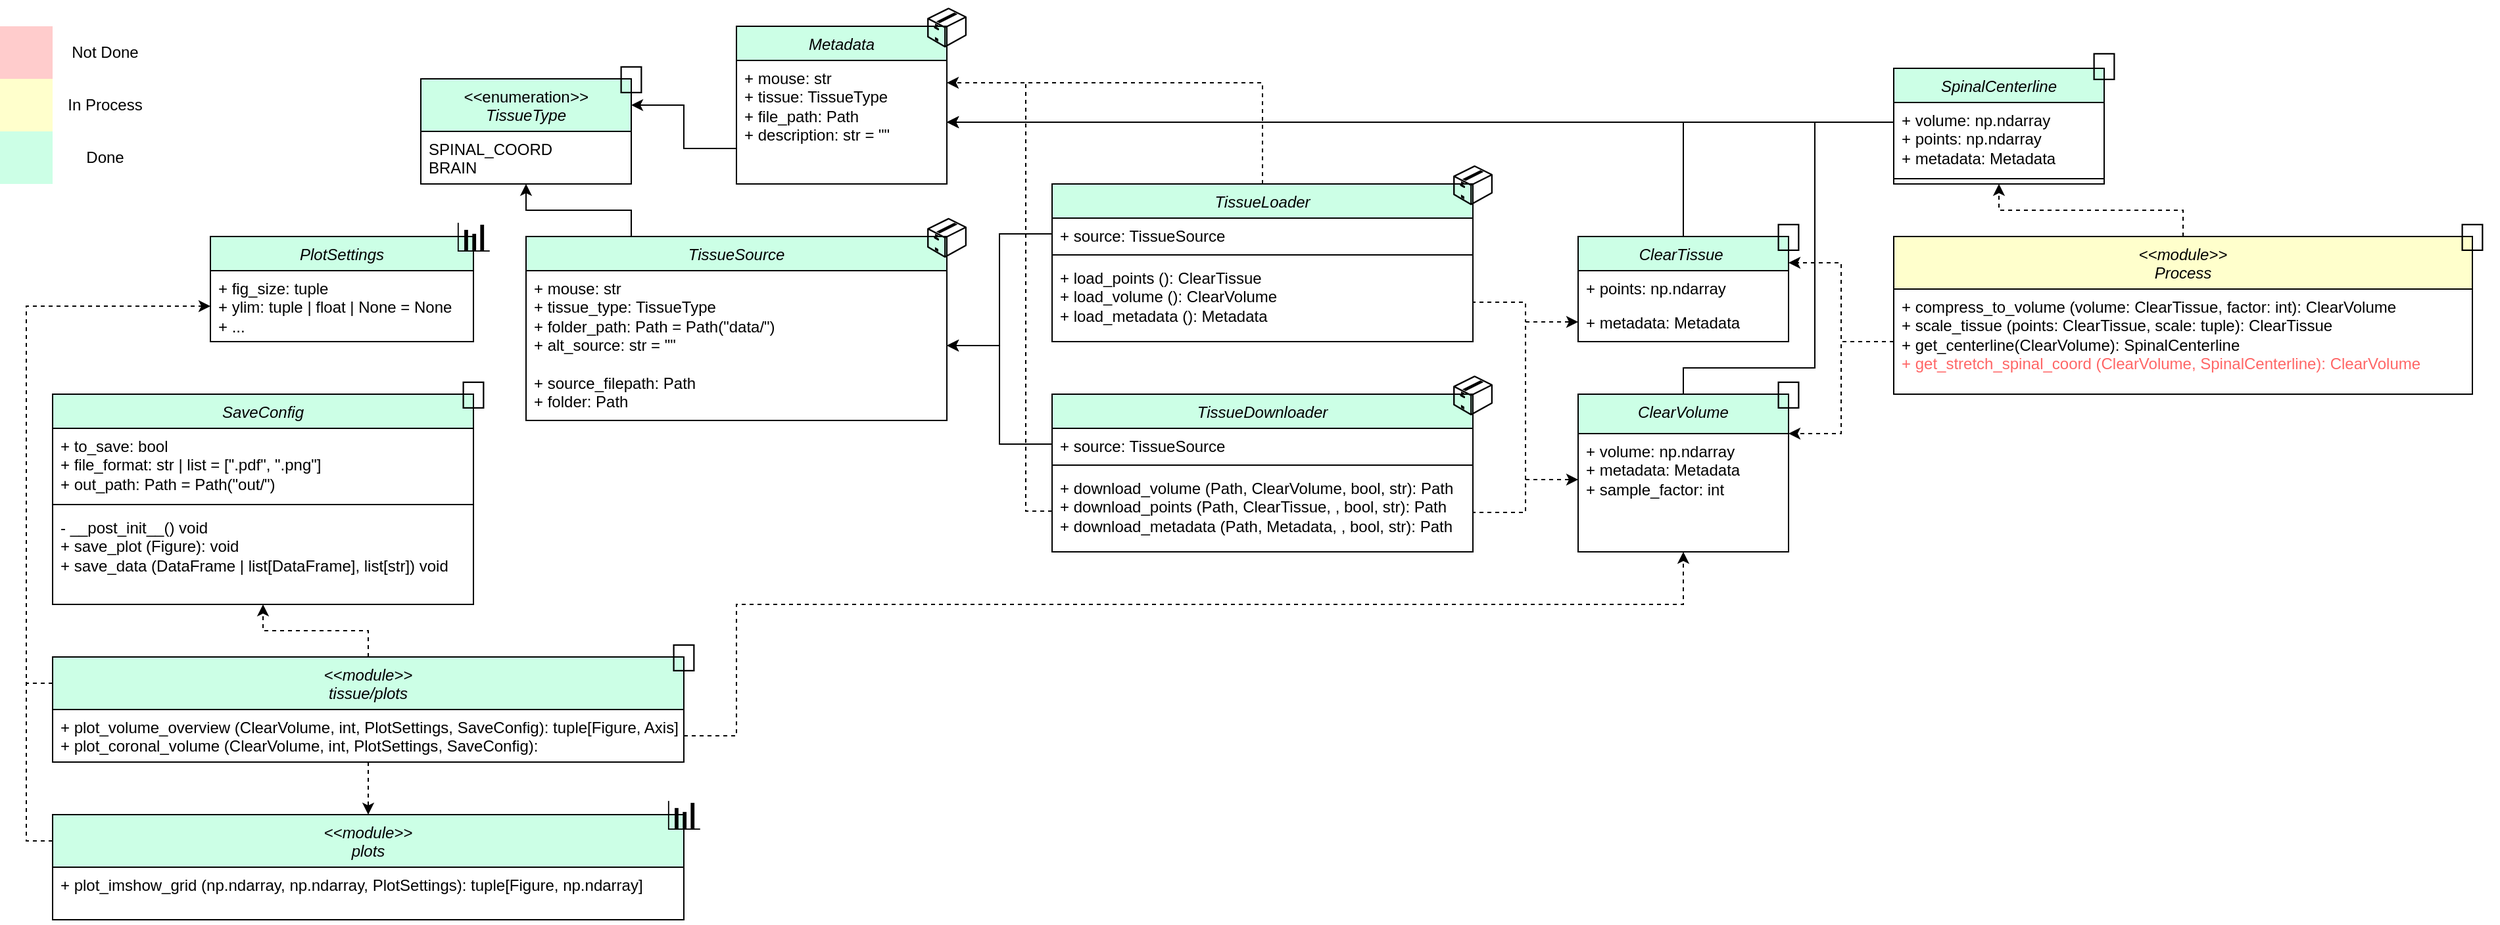
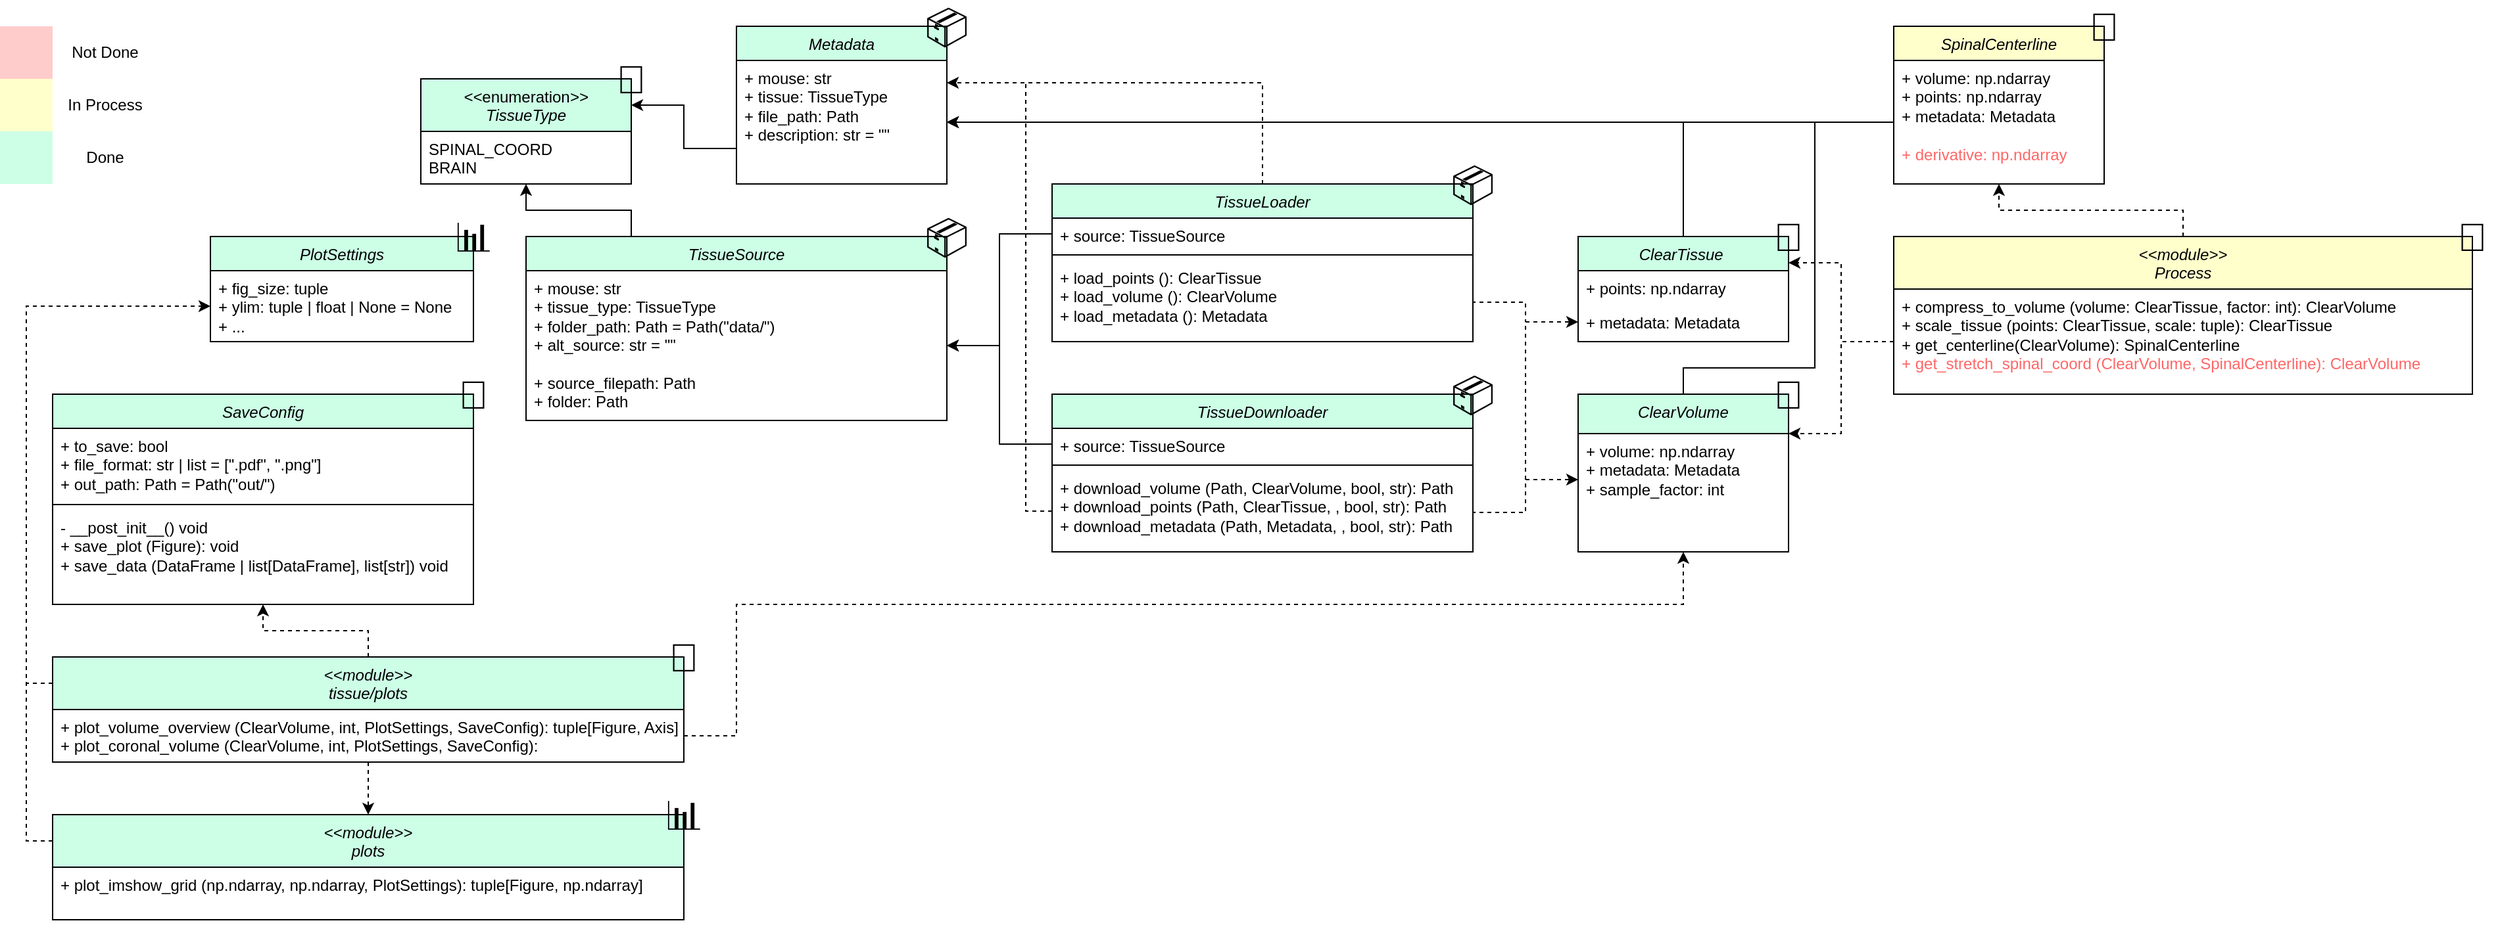
<mxfile host="Electron" agent="Mozilla/5.0 (Macintosh; Intel Mac OS X 10_15_7) AppleWebKit/537.36 (KHTML, like Gecko) draw.io/29.6.1 Chrome/142.0.7444.265 Electron/39.8.0 Safari/537.36" version="29.6.1">
  <diagram id="C5RBs43oDa-KdzZeNtuy" name="Page-1">
    <mxGraphModel dx="2893" dy="1272" grid="1" gridSize="10" guides="1" tooltips="1" connect="1" arrows="1" fold="1" page="1" pageScale="1" pageWidth="827" pageHeight="1169" background="#FFFFFF" math="0" shadow="0">
      <root>
        <mxCell id="WIyWlLk6GJQsqaUBKTNV-0" />
        <mxCell id="WIyWlLk6GJQsqaUBKTNV-1" parent="WIyWlLk6GJQsqaUBKTNV-0" />
        <mxCell id="VM2PziwSYxVi0D9SSNG6-13" parent="WIyWlLk6GJQsqaUBKTNV-1" style="swimlane;fontStyle=1;align=center;verticalAlign=top;childLayout=stackLayout;horizontal=1;startSize=30;horizontalStack=0;resizeParent=1;resizeParentMax=0;resizeLast=0;collapsible=1;marginBottom=0;whiteSpace=wrap;html=1;fillColor=light-dark(#CCFFE6,#1F2F1E);" value="&lt;div&gt;&lt;span style=&quot;font-weight: 400;&quot;&gt;&lt;i&gt;ClearVolume&lt;/i&gt;&lt;/span&gt;&lt;/div&gt;" vertex="1">
          <mxGeometry height="120" width="160" x="400" y="320" as="geometry" />
        </mxCell>
        <mxCell id="VM2PziwSYxVi0D9SSNG6-14" parent="VM2PziwSYxVi0D9SSNG6-13" style="text;strokeColor=none;fillColor=none;align=left;verticalAlign=top;spacingLeft=4;spacingRight=4;overflow=hidden;rotatable=0;points=[[0,0.5],[1,0.5]];portConstraint=eastwest;whiteSpace=wrap;html=1;" value="+ volume: np.ndarray&lt;div&gt;+ metadata: Metadata&lt;/div&gt;&lt;div&gt;&lt;font style=&quot;color: rgb(0, 0, 0);&quot;&gt;+ sample_factor: int&lt;/font&gt;&lt;/div&gt;" vertex="1">
          <mxGeometry height="90" width="160" y="30" as="geometry" />
        </mxCell>
        <mxCell id="9kSy1MCf90ZuvKtcXz_z-16" parent="WIyWlLk6GJQsqaUBKTNV-1" style="swimlane;fontStyle=1;align=center;verticalAlign=top;childLayout=stackLayout;horizontal=1;startSize=26;horizontalStack=0;resizeParent=1;resizeParentMax=0;resizeLast=0;collapsible=1;marginBottom=0;whiteSpace=wrap;html=1;fillColor=#CCFFE6;" value="&lt;i style=&quot;font-weight: normal;&quot;&gt;TissueDownloader&lt;/i&gt;" vertex="1">
          <mxGeometry height="120" width="320" y="320" as="geometry" />
        </mxCell>
        <mxCell id="9kSy1MCf90ZuvKtcXz_z-17" parent="9kSy1MCf90ZuvKtcXz_z-16" style="text;strokeColor=none;fillColor=none;align=left;verticalAlign=top;spacingLeft=4;spacingRight=4;overflow=hidden;rotatable=0;points=[[0,0.5],[1,0.5]];portConstraint=eastwest;whiteSpace=wrap;html=1;" value="+ source: TissueSource" vertex="1">
          <mxGeometry height="24" width="320" y="26" as="geometry" />
        </mxCell>
        <mxCell id="9kSy1MCf90ZuvKtcXz_z-18" parent="9kSy1MCf90ZuvKtcXz_z-16" style="line;strokeWidth=1;fillColor=none;align=left;verticalAlign=middle;spacingTop=-1;spacingLeft=3;spacingRight=3;rotatable=0;labelPosition=right;points=[];portConstraint=eastwest;strokeColor=inherit;" value="" vertex="1">
          <mxGeometry height="8" width="320" y="50" as="geometry" />
        </mxCell>
        <mxCell id="9kSy1MCf90ZuvKtcXz_z-59" edge="1" parent="9kSy1MCf90ZuvKtcXz_z-16" source="9kSy1MCf90ZuvKtcXz_z-19" style="edgeStyle=orthogonalEdgeStyle;rounded=0;orthogonalLoop=1;jettySize=auto;html=1;exitX=0;exitY=0.5;exitDx=0;exitDy=0;endArrow=none;endFill=0;dashed=1;">
          <mxGeometry relative="1" as="geometry">
            <mxPoint x="-20" y="-237" as="targetPoint" />
          </mxGeometry>
        </mxCell>
        <mxCell id="9kSy1MCf90ZuvKtcXz_z-19" parent="9kSy1MCf90ZuvKtcXz_z-16" style="text;strokeColor=none;fillColor=none;align=left;verticalAlign=top;spacingLeft=4;spacingRight=4;overflow=hidden;rotatable=0;points=[[0,0.5],[1,0.5]];portConstraint=eastwest;whiteSpace=wrap;html=1;" value="&lt;div&gt;&lt;span style=&quot;background-color: transparent; color: light-dark(rgb(0, 0, 0), rgb(255, 255, 255));&quot;&gt;+ download_volume (Path, ClearVolume, bool, str): Path&lt;/span&gt;&lt;/div&gt;&lt;div&gt;+ download_points (Path, ClearTissue,&amp;nbsp;&lt;span style=&quot;background-color: transparent; color: light-dark(rgb(0, 0, 0), rgb(255, 255, 255));&quot;&gt;, bool, str&lt;/span&gt;&lt;span style=&quot;background-color: transparent; color: light-dark(rgb(0, 0, 0), rgb(255, 255, 255));&quot;&gt;): Path&lt;/span&gt;&lt;/div&gt;&lt;div&gt;+ download_metadata (Path, Metadata,&amp;nbsp;&lt;span style=&quot;color: light-dark(rgb(0, 0, 0), rgb(255, 255, 255)); background-color: transparent;&quot;&gt;, bool, str&lt;/span&gt;&lt;span style=&quot;color: light-dark(rgb(0, 0, 0), rgb(255, 255, 255)); background-color: transparent;&quot;&gt;): Path&lt;/span&gt;&lt;span style=&quot;background-color: transparent; color: light-dark(rgb(0, 0, 0), rgb(255, 255, 255));&quot;&gt;&lt;/span&gt;&lt;/div&gt;" vertex="1">
          <mxGeometry height="62" width="320" y="58" as="geometry" />
        </mxCell>
        <mxCell id="9kSy1MCf90ZuvKtcXz_z-25" edge="1" parent="WIyWlLk6GJQsqaUBKTNV-1" source="9kSy1MCf90ZuvKtcXz_z-7" style="edgeStyle=orthogonalEdgeStyle;rounded=0;orthogonalLoop=1;jettySize=auto;html=1;exitX=0;exitY=0.25;exitDx=0;exitDy=0;entryX=0;entryY=0.5;entryDx=0;entryDy=0;dashed=1;" target="KJ-KwieZcmjA-HbrrtZJ-34">
          <mxGeometry relative="1" as="geometry" />
        </mxCell>
        <mxCell id="9kSy1MCf90ZuvKtcXz_z-7" parent="WIyWlLk6GJQsqaUBKTNV-1" style="swimlane;fontStyle=1;align=center;verticalAlign=top;childLayout=stackLayout;horizontal=1;startSize=40;horizontalStack=0;resizeParent=1;resizeParentMax=0;resizeLast=0;collapsible=1;marginBottom=0;whiteSpace=wrap;html=1;fillColor=#CCFFE6;" value="&lt;div&gt;&lt;i style=&quot;font-weight: normal;&quot;&gt;&amp;lt;&amp;lt;module&amp;gt;&amp;gt;&lt;/i&gt;&lt;i style=&quot;font-weight: normal;&quot;&gt;&lt;/i&gt;&lt;/div&gt;&lt;i style=&quot;font-weight: normal;&quot;&gt;plots&lt;/i&gt;" vertex="1">
          <mxGeometry height="80" width="480" x="-760" y="640" as="geometry" />
        </mxCell>
        <mxCell id="9kSy1MCf90ZuvKtcXz_z-8" parent="9kSy1MCf90ZuvKtcXz_z-7" style="text;strokeColor=none;fillColor=none;align=left;verticalAlign=top;spacingLeft=4;spacingRight=4;overflow=hidden;rotatable=0;points=[[0,0.5],[1,0.5]];portConstraint=eastwest;whiteSpace=wrap;html=1;" value="+ plot_imshow_grid (np.ndarray, np.ndarray, PlotSettings): tuple[Figure, np.ndarray]" vertex="1">
          <mxGeometry height="40" width="480" y="40" as="geometry" />
        </mxCell>
        <mxCell id="9kSy1MCf90ZuvKtcXz_z-2" parent="WIyWlLk6GJQsqaUBKTNV-1" style="swimlane;fontStyle=1;align=center;verticalAlign=top;childLayout=stackLayout;horizontal=1;startSize=26;horizontalStack=0;resizeParent=1;resizeParentMax=0;resizeLast=0;collapsible=1;marginBottom=0;whiteSpace=wrap;html=1;fillColor=#CCFFE6;" value="&lt;i style=&quot;font-weight: normal;&quot;&gt;SaveConfig&lt;/i&gt;" vertex="1">
          <mxGeometry height="160" width="320" x="-760" y="320" as="geometry" />
        </mxCell>
        <mxCell id="9kSy1MCf90ZuvKtcXz_z-3" parent="9kSy1MCf90ZuvKtcXz_z-2" style="text;strokeColor=none;fillColor=none;align=left;verticalAlign=top;spacingLeft=4;spacingRight=4;overflow=hidden;rotatable=0;points=[[0,0.5],[1,0.5]];portConstraint=eastwest;whiteSpace=wrap;html=1;" value="+ to_save&lt;span style=&quot;color: light-dark(rgb(0, 0, 0), rgb(255, 255, 255)); background-color: transparent;&quot;&gt;: bool&lt;/span&gt;&lt;div&gt;+ file_format: str | list = [&quot;.pdf&quot;, &quot;.png&quot;]&lt;/div&gt;&lt;div&gt;+ out_path: Path = Path(&quot;out/&quot;)&lt;/div&gt;" vertex="1">
          <mxGeometry height="54" width="320" y="26" as="geometry" />
        </mxCell>
        <mxCell id="9kSy1MCf90ZuvKtcXz_z-4" parent="9kSy1MCf90ZuvKtcXz_z-2" style="line;strokeWidth=1;fillColor=none;align=left;verticalAlign=middle;spacingTop=-1;spacingLeft=3;spacingRight=3;rotatable=0;labelPosition=right;points=[];portConstraint=eastwest;strokeColor=inherit;" value="" vertex="1">
          <mxGeometry height="8" width="320" y="80" as="geometry" />
        </mxCell>
        <mxCell id="9kSy1MCf90ZuvKtcXz_z-5" parent="9kSy1MCf90ZuvKtcXz_z-2" style="text;strokeColor=none;fillColor=none;align=left;verticalAlign=top;spacingLeft=4;spacingRight=4;overflow=hidden;rotatable=0;points=[[0,0.5],[1,0.5]];portConstraint=eastwest;whiteSpace=wrap;html=1;" value="&lt;div&gt;- __post_init__() void&lt;/div&gt;+ save_plot (Figure): void&lt;div&gt;+ save_data (DataFrame | list[DataFrame], list[str]) void&lt;/div&gt;" vertex="1">
          <mxGeometry height="72" width="320" y="88" as="geometry" />
        </mxCell>
        <mxCell id="9kSy1MCf90ZuvKtcXz_z-50" edge="1" parent="WIyWlLk6GJQsqaUBKTNV-1" source="zkfFHV4jXpPFQw0GAbJ--0" style="edgeStyle=orthogonalEdgeStyle;rounded=0;orthogonalLoop=1;jettySize=auto;html=1;exitX=0.5;exitY=0;exitDx=0;exitDy=0;entryX=1;entryY=0.5;entryDx=0;entryDy=0;" target="KJ-KwieZcmjA-HbrrtZJ-59">
          <mxGeometry relative="1" as="geometry" />
        </mxCell>
        <mxCell id="zkfFHV4jXpPFQw0GAbJ--0" parent="WIyWlLk6GJQsqaUBKTNV-1" style="swimlane;fontStyle=2;align=center;verticalAlign=top;childLayout=stackLayout;horizontal=1;startSize=26;horizontalStack=0;resizeParent=1;resizeLast=0;collapsible=1;marginBottom=0;rounded=0;shadow=0;strokeWidth=1;fillColor=#CCFFE6;" value="ClearTissue " vertex="1">
          <mxGeometry height="80" width="160" x="400" y="200" as="geometry">
            <mxRectangle height="26" width="160" x="360" y="40" as="alternateBounds" />
          </mxGeometry>
        </mxCell>
        <mxCell id="zkfFHV4jXpPFQw0GAbJ--1" parent="zkfFHV4jXpPFQw0GAbJ--0" style="text;align=left;verticalAlign=top;spacingLeft=4;spacingRight=4;overflow=hidden;rotatable=0;points=[[0,0.5],[1,0.5]];portConstraint=eastwest;" value="+ points: np.ndarray" vertex="1">
          <mxGeometry height="26" width="160" y="26" as="geometry" />
        </mxCell>
        <mxCell id="zkfFHV4jXpPFQw0GAbJ--2" parent="zkfFHV4jXpPFQw0GAbJ--0" style="text;align=left;verticalAlign=top;spacingLeft=4;spacingRight=4;overflow=hidden;rotatable=0;points=[[0,0.5],[1,0.5]];portConstraint=eastwest;rounded=0;shadow=0;html=0;" value="+ metadata: Metadata" vertex="1">
          <mxGeometry height="26" width="160" y="52" as="geometry" />
        </mxCell>
        <mxCell id="9kSy1MCf90ZuvKtcXz_z-58" edge="1" parent="WIyWlLk6GJQsqaUBKTNV-1" source="KJ-KwieZcmjA-HbrrtZJ-0" style="edgeStyle=orthogonalEdgeStyle;rounded=0;orthogonalLoop=1;jettySize=auto;html=1;exitX=0.5;exitY=0;exitDx=0;exitDy=0;entryX=1;entryY=0.5;entryDx=0;entryDy=0;dashed=1;">
          <mxGeometry relative="1" as="geometry">
            <Array as="points">
              <mxPoint x="160" y="83" />
            </Array>
            <mxPoint x="160" y="130" as="sourcePoint" />
            <mxPoint x="-80" y="83" as="targetPoint" />
          </mxGeometry>
        </mxCell>
        <mxCell id="KJ-KwieZcmjA-HbrrtZJ-0" parent="WIyWlLk6GJQsqaUBKTNV-1" style="swimlane;fontStyle=1;align=center;verticalAlign=top;childLayout=stackLayout;horizontal=1;startSize=26;horizontalStack=0;resizeParent=1;resizeParentMax=0;resizeLast=0;collapsible=1;marginBottom=0;whiteSpace=wrap;html=1;fillColor=#CCFFE6;" value="&lt;i style=&quot;font-weight: normal;&quot;&gt;TissueLoader&lt;/i&gt;" vertex="1">
          <mxGeometry height="120" width="320" y="160" as="geometry" />
        </mxCell>
        <mxCell id="KJ-KwieZcmjA-HbrrtZJ-1" parent="KJ-KwieZcmjA-HbrrtZJ-0" style="text;strokeColor=none;fillColor=none;align=left;verticalAlign=top;spacingLeft=4;spacingRight=4;overflow=hidden;rotatable=0;points=[[0,0.5],[1,0.5]];portConstraint=eastwest;whiteSpace=wrap;html=1;" value="&lt;div&gt;+ source: TissueSource&lt;/div&gt;" vertex="1">
          <mxGeometry height="24" width="320" y="26" as="geometry" />
        </mxCell>
        <mxCell id="KJ-KwieZcmjA-HbrrtZJ-2" parent="KJ-KwieZcmjA-HbrrtZJ-0" style="line;strokeWidth=1;fillColor=none;align=left;verticalAlign=middle;spacingTop=-1;spacingLeft=3;spacingRight=3;rotatable=0;labelPosition=right;points=[];portConstraint=eastwest;strokeColor=inherit;" value="" vertex="1">
          <mxGeometry height="8" width="320" y="50" as="geometry" />
        </mxCell>
        <mxCell id="KJ-KwieZcmjA-HbrrtZJ-3" parent="KJ-KwieZcmjA-HbrrtZJ-0" style="text;strokeColor=none;fillColor=none;align=left;verticalAlign=top;spacingLeft=4;spacingRight=4;overflow=hidden;rotatable=0;points=[[0,0.5],[1,0.5]];portConstraint=eastwest;whiteSpace=wrap;html=1;" value="&lt;div&gt;&lt;span style=&quot;background-color: transparent; color: light-dark(rgb(0, 0, 0), rgb(255, 255, 255));&quot;&gt;+ load_points (): ClearTissue&lt;/span&gt;&lt;/div&gt;&lt;div&gt;&lt;span style=&quot;background-color: transparent;&quot;&gt;&lt;font style=&quot;color: light-dark(rgb(0, 0, 0), rgb(255, 255, 255));&quot;&gt;+ load_volume (): ClearVolume&lt;/font&gt;&lt;/span&gt;&lt;/div&gt;&lt;div&gt;&lt;span style=&quot;background-color: transparent;&quot;&gt;&lt;font style=&quot;color: light-dark(rgb(0, 0, 0), rgb(255, 255, 255));&quot;&gt;+ load_metadata (): Metadata&lt;/font&gt;&lt;/span&gt;&lt;/div&gt;" vertex="1">
          <mxGeometry height="62" width="320" y="58" as="geometry" />
        </mxCell>
        <mxCell id="9kSy1MCf90ZuvKtcXz_z-61" edge="1" parent="WIyWlLk6GJQsqaUBKTNV-1" style="edgeStyle=orthogonalEdgeStyle;rounded=0;orthogonalLoop=1;jettySize=auto;html=1;exitX=0.5;exitY=0;exitDx=0;exitDy=0;entryX=1;entryY=0.5;entryDx=0;entryDy=0;" target="KJ-KwieZcmjA-HbrrtZJ-59">
          <mxGeometry relative="1" as="geometry">
            <Array as="points">
              <mxPoint x="480" y="300" />
              <mxPoint x="580" y="300" />
              <mxPoint x="580" y="113" />
            </Array>
            <mxPoint x="480" y="320" as="sourcePoint" />
          </mxGeometry>
        </mxCell>
        <mxCell id="VM2PziwSYxVi0D9SSNG6-10" edge="1" parent="WIyWlLk6GJQsqaUBKTNV-1" source="KJ-KwieZcmjA-HbrrtZJ-23" style="edgeStyle=orthogonalEdgeStyle;rounded=0;orthogonalLoop=1;jettySize=auto;html=1;exitX=0.5;exitY=0;exitDx=0;exitDy=0;entryX=0.5;entryY=1;entryDx=0;entryDy=0;dashed=1;" target="VM2PziwSYxVi0D9SSNG6-5">
          <mxGeometry relative="1" as="geometry" />
        </mxCell>
        <mxCell id="KJ-KwieZcmjA-HbrrtZJ-23" parent="WIyWlLk6GJQsqaUBKTNV-1" style="swimlane;fontStyle=1;align=center;verticalAlign=top;childLayout=stackLayout;horizontal=1;startSize=40;horizontalStack=0;resizeParent=1;resizeParentMax=0;resizeLast=0;collapsible=1;marginBottom=0;whiteSpace=wrap;html=1;fillColor=light-dark(#FFFFCC,#1F2F1E);" value="&lt;div&gt;&lt;i style=&quot;font-weight: normal;&quot;&gt;&amp;lt;&amp;lt;module&amp;gt;&amp;gt;&lt;/i&gt;&lt;/div&gt;&lt;i style=&quot;font-weight: normal;&quot;&gt;Process&lt;/i&gt;" vertex="1">
          <mxGeometry height="120" width="440" x="640" y="200" as="geometry" />
        </mxCell>
        <mxCell id="KJ-KwieZcmjA-HbrrtZJ-26" parent="KJ-KwieZcmjA-HbrrtZJ-23" style="text;strokeColor=none;fillColor=none;align=left;verticalAlign=top;spacingLeft=4;spacingRight=4;overflow=hidden;rotatable=0;points=[[0,0.5],[1,0.5]];portConstraint=eastwest;whiteSpace=wrap;html=1;" value="+ compress_to_volume (volume: ClearTissue, factor: int): ClearVolume&lt;div&gt;+ scale_tissue (points: ClearTissue, scale: tuple): ClearTissue&lt;/div&gt;&lt;div&gt;&lt;font style=&quot;color: rgb(0, 0, 0);&quot;&gt;+ get_centerline(ClearVolume):&amp;nbsp;&lt;span style=&quot;background-color: transparent; text-align: center;&quot;&gt;SpinalCenterline&lt;/span&gt;&lt;/font&gt;&lt;/div&gt;&lt;div&gt;&lt;font style=&quot;color: rgb(255, 102, 102);&quot;&gt;&lt;span style=&quot;background-color: transparent; text-align: center;&quot;&gt;+ get_stretch_spinal_coord (ClearVolume, SpinalCenterline): ClearVolume&lt;/span&gt;&lt;/font&gt;&lt;/div&gt;" vertex="1">
          <mxGeometry height="80" width="440" y="40" as="geometry" />
        </mxCell>
        <mxCell id="KJ-KwieZcmjA-HbrrtZJ-27" edge="1" parent="WIyWlLk6GJQsqaUBKTNV-1" source="KJ-KwieZcmjA-HbrrtZJ-26" style="edgeStyle=orthogonalEdgeStyle;rounded=0;orthogonalLoop=1;jettySize=auto;html=1;exitX=0;exitY=0.5;exitDx=0;exitDy=0;entryX=1;entryY=0.25;entryDx=0;entryDy=0;dashed=1;" target="zkfFHV4jXpPFQw0GAbJ--0">
          <mxGeometry relative="1" as="geometry" />
        </mxCell>
        <mxCell id="KJ-KwieZcmjA-HbrrtZJ-28" edge="1" parent="WIyWlLk6GJQsqaUBKTNV-1" source="KJ-KwieZcmjA-HbrrtZJ-26" style="edgeStyle=orthogonalEdgeStyle;rounded=0;orthogonalLoop=1;jettySize=auto;html=1;exitX=0;exitY=0.5;exitDx=0;exitDy=0;entryX=1;entryY=0.25;entryDx=0;entryDy=0;dashed=1;" target="VM2PziwSYxVi0D9SSNG6-13">
          <mxGeometry relative="1" as="geometry">
            <mxPoint x="560" y="340" as="targetPoint" />
          </mxGeometry>
        </mxCell>
        <mxCell id="9kSy1MCf90ZuvKtcXz_z-9" edge="1" parent="WIyWlLk6GJQsqaUBKTNV-1" source="KJ-KwieZcmjA-HbrrtZJ-29" style="edgeStyle=orthogonalEdgeStyle;rounded=0;orthogonalLoop=1;jettySize=auto;html=1;exitX=0.5;exitY=1;exitDx=0;exitDy=0;entryX=0.5;entryY=0;entryDx=0;entryDy=0;dashed=1;" target="9kSy1MCf90ZuvKtcXz_z-7">
          <mxGeometry relative="1" as="geometry" />
        </mxCell>
        <mxCell id="9kSy1MCf90ZuvKtcXz_z-29" edge="1" parent="WIyWlLk6GJQsqaUBKTNV-1" source="KJ-KwieZcmjA-HbrrtZJ-29" style="edgeStyle=orthogonalEdgeStyle;rounded=0;orthogonalLoop=1;jettySize=auto;html=1;exitX=0;exitY=0.25;exitDx=0;exitDy=0;dashed=1;endArrow=none;endFill=0;">
          <mxGeometry relative="1" as="geometry">
            <mxPoint x="-780" y="540" as="targetPoint" />
          </mxGeometry>
        </mxCell>
        <mxCell id="9kSy1MCf90ZuvKtcXz_z-30" edge="1" parent="WIyWlLk6GJQsqaUBKTNV-1" source="KJ-KwieZcmjA-HbrrtZJ-29" style="edgeStyle=orthogonalEdgeStyle;rounded=0;orthogonalLoop=1;jettySize=auto;html=1;exitX=0.5;exitY=0;exitDx=0;exitDy=0;dashed=1;" target="9kSy1MCf90ZuvKtcXz_z-2">
          <mxGeometry relative="1" as="geometry" />
        </mxCell>
        <mxCell id="KJ-KwieZcmjA-HbrrtZJ-29" parent="WIyWlLk6GJQsqaUBKTNV-1" style="swimlane;fontStyle=1;align=center;verticalAlign=top;childLayout=stackLayout;horizontal=1;startSize=40;horizontalStack=0;resizeParent=1;resizeParentMax=0;resizeLast=0;collapsible=1;marginBottom=0;whiteSpace=wrap;html=1;fillColor=#CCFFE6;" value="&lt;div&gt;&lt;i style=&quot;font-weight: normal;&quot;&gt;&amp;lt;&amp;lt;module&amp;gt;&amp;gt;&lt;/i&gt;&lt;i style=&quot;font-weight: normal;&quot;&gt;&lt;/i&gt;&lt;/div&gt;&lt;i style=&quot;font-weight: normal;&quot;&gt;tissue/plots&lt;/i&gt;" vertex="1">
          <mxGeometry height="80" width="480" x="-760" y="520" as="geometry" />
        </mxCell>
        <mxCell id="KJ-KwieZcmjA-HbrrtZJ-32" parent="KJ-KwieZcmjA-HbrrtZJ-29" style="text;strokeColor=none;fillColor=none;align=left;verticalAlign=top;spacingLeft=4;spacingRight=4;overflow=hidden;rotatable=0;points=[[0,0.5],[1,0.5]];portConstraint=eastwest;whiteSpace=wrap;html=1;" value="+ plot_volume_overview (ClearVolume, int, PlotSettings, SaveConfig): tuple[Figure, Axis]&lt;div&gt;+ plot_coronal_volume&amp;nbsp;&lt;span style=&quot;background-color: transparent; color: light-dark(rgb(0, 0, 0), rgb(255, 255, 255));&quot;&gt;(ClearVolume, int,&amp;nbsp;&lt;/span&gt;PlotSettings&lt;span style=&quot;background-color: transparent; color: light-dark(rgb(0, 0, 0), rgb(255, 255, 255));&quot;&gt;, SaveConfig):&lt;/span&gt;&lt;/div&gt;" vertex="1">
          <mxGeometry height="40" width="480" y="40" as="geometry" />
        </mxCell>
        <mxCell id="KJ-KwieZcmjA-HbrrtZJ-33" parent="WIyWlLk6GJQsqaUBKTNV-1" style="swimlane;fontStyle=1;align=center;verticalAlign=top;childLayout=stackLayout;horizontal=1;startSize=26;horizontalStack=0;resizeParent=1;resizeParentMax=0;resizeLast=0;collapsible=1;marginBottom=0;whiteSpace=wrap;html=1;fillColor=#CCFFE6;" value="&lt;span style=&quot;font-weight: 400; text-align: left;&quot;&gt;&lt;i&gt;PlotSettings&lt;/i&gt;&lt;/span&gt;" vertex="1">
          <mxGeometry height="80" width="200" x="-640" y="200" as="geometry" />
        </mxCell>
        <mxCell id="KJ-KwieZcmjA-HbrrtZJ-34" parent="KJ-KwieZcmjA-HbrrtZJ-33" style="text;strokeColor=none;fillColor=none;align=left;verticalAlign=top;spacingLeft=4;spacingRight=4;overflow=hidden;rotatable=0;points=[[0,0.5],[1,0.5]];portConstraint=eastwest;whiteSpace=wrap;html=1;" value="+ fig_size: tuple&lt;div&gt;+ ylim: tuple | float | None = None&lt;/div&gt;&lt;div&gt;+ ...&lt;/div&gt;" vertex="1">
          <mxGeometry height="54" width="200" y="26" as="geometry" />
        </mxCell>
        <mxCell id="KJ-KwieZcmjA-HbrrtZJ-43" parent="WIyWlLk6GJQsqaUBKTNV-1" style="rounded=0;whiteSpace=wrap;html=1;strokeColor=none;fillColor=#CCFFE6;" value="" vertex="1">
          <mxGeometry height="40" width="40" x="-800" y="120" as="geometry" />
        </mxCell>
        <mxCell id="KJ-KwieZcmjA-HbrrtZJ-44" parent="WIyWlLk6GJQsqaUBKTNV-1" style="rounded=0;whiteSpace=wrap;html=1;strokeColor=none;fillColor=#FFFFCC;" value="" vertex="1">
          <mxGeometry height="40" width="40" x="-800" y="80" as="geometry" />
        </mxCell>
        <mxCell id="KJ-KwieZcmjA-HbrrtZJ-45" parent="WIyWlLk6GJQsqaUBKTNV-1" style="rounded=0;whiteSpace=wrap;html=1;strokeColor=none;fillColor=#FFCCCC;" value="" vertex="1">
          <mxGeometry height="40" width="40" x="-800" y="40" as="geometry" />
        </mxCell>
        <mxCell id="KJ-KwieZcmjA-HbrrtZJ-46" parent="WIyWlLk6GJQsqaUBKTNV-1" style="text;html=1;whiteSpace=wrap;strokeColor=none;fillColor=none;align=center;verticalAlign=middle;rounded=0;" value="Not Done" vertex="1">
          <mxGeometry height="40" width="80" x="-760" y="40" as="geometry" />
        </mxCell>
        <mxCell id="KJ-KwieZcmjA-HbrrtZJ-47" parent="WIyWlLk6GJQsqaUBKTNV-1" style="text;html=1;whiteSpace=wrap;strokeColor=none;fillColor=none;align=center;verticalAlign=middle;rounded=0;" value="In Process" vertex="1">
          <mxGeometry height="40" width="80" x="-760" y="80" as="geometry" />
        </mxCell>
        <mxCell id="KJ-KwieZcmjA-HbrrtZJ-48" parent="WIyWlLk6GJQsqaUBKTNV-1" style="text;html=1;whiteSpace=wrap;strokeColor=none;fillColor=none;align=center;verticalAlign=middle;rounded=0;" value="Done" vertex="1">
          <mxGeometry height="40" width="80" x="-760" y="120" as="geometry" />
        </mxCell>
        <mxCell id="KJ-KwieZcmjA-HbrrtZJ-51" parent="WIyWlLk6GJQsqaUBKTNV-1" style="text;html=1;whiteSpace=wrap;strokeColor=none;fillColor=none;align=center;verticalAlign=middle;rounded=0;fontSize=30;" value="📦" vertex="1">
          <mxGeometry height="40" width="40" x="300" y="140" as="geometry" />
        </mxCell>
        <mxCell id="KJ-KwieZcmjA-HbrrtZJ-52" parent="WIyWlLk6GJQsqaUBKTNV-1" style="text;html=1;whiteSpace=wrap;strokeColor=none;fillColor=none;align=center;verticalAlign=middle;rounded=0;fontSize=30;" value="🧪" vertex="1">
          <mxGeometry height="40" width="40" x="540" y="180" as="geometry" />
        </mxCell>
        <mxCell id="KJ-KwieZcmjA-HbrrtZJ-53" parent="WIyWlLk6GJQsqaUBKTNV-1" style="text;html=1;whiteSpace=wrap;strokeColor=none;fillColor=none;align=center;verticalAlign=middle;rounded=0;fontSize=30;" value="🧪" vertex="1">
          <mxGeometry height="40" width="40" x="540" y="300" as="geometry" />
        </mxCell>
        <mxCell id="KJ-KwieZcmjA-HbrrtZJ-54" parent="WIyWlLk6GJQsqaUBKTNV-1" style="text;html=1;whiteSpace=wrap;strokeColor=none;fillColor=none;align=center;verticalAlign=middle;rounded=0;fontSize=30;" value="📊" vertex="1">
          <mxGeometry height="40" width="40" x="-300" y="620" as="geometry" />
        </mxCell>
        <mxCell id="KJ-KwieZcmjA-HbrrtZJ-55" parent="WIyWlLk6GJQsqaUBKTNV-1" style="text;html=1;whiteSpace=wrap;strokeColor=none;fillColor=none;align=center;verticalAlign=middle;rounded=0;fontSize=30;" value="📊" vertex="1">
          <mxGeometry height="40" width="40" x="-460" y="180" as="geometry" />
        </mxCell>
        <mxCell id="KJ-KwieZcmjA-HbrrtZJ-56" parent="WIyWlLk6GJQsqaUBKTNV-1" style="text;html=1;whiteSpace=wrap;strokeColor=none;fillColor=none;align=center;verticalAlign=middle;rounded=0;fontSize=30;" value="💾" vertex="1">
          <mxGeometry height="40" width="40" x="-460" y="300" as="geometry" />
        </mxCell>
        <mxCell id="KJ-KwieZcmjA-HbrrtZJ-57" parent="WIyWlLk6GJQsqaUBKTNV-1" style="text;html=1;whiteSpace=wrap;strokeColor=none;fillColor=none;align=center;verticalAlign=middle;rounded=0;fontSize=30;" value="🍔" vertex="1">
          <mxGeometry height="40" width="40" x="1060" y="180" as="geometry" />
        </mxCell>
        <mxCell id="KJ-KwieZcmjA-HbrrtZJ-58" parent="WIyWlLk6GJQsqaUBKTNV-1" style="swimlane;fontStyle=1;align=center;verticalAlign=top;childLayout=stackLayout;horizontal=1;startSize=26;horizontalStack=0;resizeParent=1;resizeParentMax=0;resizeLast=0;collapsible=1;marginBottom=0;whiteSpace=wrap;html=1;fillColor=#CCFFE6;" value="&lt;i style=&quot;font-weight: normal;&quot;&gt;Metadata&lt;/i&gt;" vertex="1">
          <mxGeometry height="120" width="160" x="-240" y="40" as="geometry" />
        </mxCell>
        <mxCell id="KJ-KwieZcmjA-HbrrtZJ-59" parent="KJ-KwieZcmjA-HbrrtZJ-58" style="text;strokeColor=none;fillColor=none;align=left;verticalAlign=top;spacingLeft=4;spacingRight=4;overflow=hidden;rotatable=0;points=[[0,0.5],[1,0.5]];portConstraint=eastwest;whiteSpace=wrap;html=1;" value="+ mouse: str&lt;div&gt;+ tissue: TissueType&lt;/div&gt;&lt;div&gt;+ file_path: Path&lt;/div&gt;&lt;div&gt;+ description: str = &quot;&quot;&lt;/div&gt;" vertex="1">
          <mxGeometry height="94" width="160" y="26" as="geometry" />
        </mxCell>
        <mxCell id="KJ-KwieZcmjA-HbrrtZJ-65" edge="1" parent="WIyWlLk6GJQsqaUBKTNV-1" source="KJ-KwieZcmjA-HbrrtZJ-59" style="edgeStyle=orthogonalEdgeStyle;rounded=0;orthogonalLoop=1;jettySize=auto;html=1;entryX=1;entryY=0.25;entryDx=0;entryDy=0;" target="KJ-KwieZcmjA-HbrrtZJ-62" value="">
          <mxGeometry relative="1" as="geometry">
            <Array as="points">
              <mxPoint x="-280" y="133" />
              <mxPoint x="-280" y="100" />
            </Array>
          </mxGeometry>
        </mxCell>
        <mxCell id="9kSy1MCf90ZuvKtcXz_z-6" parent="WIyWlLk6GJQsqaUBKTNV-1" style="text;html=1;whiteSpace=wrap;strokeColor=none;fillColor=none;align=center;verticalAlign=middle;rounded=0;fontSize=30;" value="🧪" vertex="1">
          <mxGeometry height="40" width="40" x="-300" y="500" as="geometry" />
        </mxCell>
        <mxCell id="9kSy1MCf90ZuvKtcXz_z-15" parent="WIyWlLk6GJQsqaUBKTNV-1" style="text;html=1;whiteSpace=wrap;strokeColor=none;fillColor=none;align=center;verticalAlign=middle;rounded=0;fontSize=30;" value="📦" vertex="1">
          <mxGeometry height="40" width="40" x="300" y="300" as="geometry" />
        </mxCell>
        <mxCell id="KJ-KwieZcmjA-HbrrtZJ-62" parent="WIyWlLk6GJQsqaUBKTNV-1" style="swimlane;fontStyle=1;align=center;verticalAlign=top;childLayout=stackLayout;horizontal=1;startSize=40;horizontalStack=0;resizeParent=1;resizeParentMax=0;resizeLast=0;collapsible=1;marginBottom=0;whiteSpace=wrap;html=1;fillColor=#CCFFE6;" value="&lt;i style=&quot;font-weight: 400;&quot;&gt;&amp;lt;&amp;lt;&lt;/i&gt;&lt;span style=&quot;font-weight: 400;&quot;&gt;enumeration&lt;/span&gt;&lt;i style=&quot;font-weight: 400;&quot;&gt;&amp;gt;&amp;gt;&lt;/i&gt;&lt;br style=&quot;font-weight: 400;&quot;&gt;&lt;i style=&quot;font-weight: 400;&quot;&gt;TissueType&lt;/i&gt;" vertex="1">
          <mxGeometry height="80" width="160" x="-480" y="80" as="geometry" />
        </mxCell>
        <mxCell id="KJ-KwieZcmjA-HbrrtZJ-63" parent="KJ-KwieZcmjA-HbrrtZJ-62" style="text;strokeColor=none;fillColor=none;align=left;verticalAlign=top;spacingLeft=4;spacingRight=4;overflow=hidden;rotatable=0;points=[[0,0.5],[1,0.5]];portConstraint=eastwest;whiteSpace=wrap;html=1;" value="SPINAL_COORD&lt;div&gt;BRAIN&lt;/div&gt;" vertex="1">
          <mxGeometry height="40" width="160" y="40" as="geometry" />
        </mxCell>
        <mxCell id="9kSy1MCf90ZuvKtcXz_z-45" edge="1" parent="WIyWlLk6GJQsqaUBKTNV-1" source="9kSy1MCf90ZuvKtcXz_z-41" style="edgeStyle=orthogonalEdgeStyle;rounded=0;orthogonalLoop=1;jettySize=auto;html=1;exitX=0.25;exitY=0;exitDx=0;exitDy=0;" target="KJ-KwieZcmjA-HbrrtZJ-62">
          <mxGeometry relative="1" as="geometry" />
        </mxCell>
        <mxCell id="9kSy1MCf90ZuvKtcXz_z-41" parent="WIyWlLk6GJQsqaUBKTNV-1" style="swimlane;fontStyle=1;align=center;verticalAlign=top;childLayout=stackLayout;horizontal=1;startSize=26;horizontalStack=0;resizeParent=1;resizeParentMax=0;resizeLast=0;collapsible=1;marginBottom=0;whiteSpace=wrap;html=1;fillColor=#CCFFE6;" value="&lt;i style=&quot;font-weight: normal;&quot;&gt;TissueSource&lt;/i&gt;" vertex="1">
          <mxGeometry height="140" width="320" x="-400" y="200" as="geometry" />
        </mxCell>
        <mxCell id="9kSy1MCf90ZuvKtcXz_z-42" parent="9kSy1MCf90ZuvKtcXz_z-41" style="text;strokeColor=none;fillColor=none;align=left;verticalAlign=top;spacingLeft=4;spacingRight=4;overflow=hidden;rotatable=0;points=[[0,0.5],[1,0.5]];portConstraint=eastwest;whiteSpace=wrap;html=1;" value="&lt;div&gt;+ mouse: str&lt;/div&gt;&lt;div&gt;+ tissue_type: TissueType&lt;/div&gt;&lt;div&gt;+ folder_path: Path = Path(&quot;data/&quot;)&lt;/div&gt;&lt;div&gt;+ alt_source: str = &quot;&quot;&lt;/div&gt;&lt;div&gt;&lt;br&gt;&lt;/div&gt;&lt;div&gt;+ source_filepath: Path&lt;/div&gt;&lt;div&gt;+ folder: Path&lt;/div&gt;" vertex="1">
          <mxGeometry height="114" width="320" y="26" as="geometry" />
        </mxCell>
        <mxCell id="9kSy1MCf90ZuvKtcXz_z-46" edge="1" parent="WIyWlLk6GJQsqaUBKTNV-1" source="KJ-KwieZcmjA-HbrrtZJ-1" style="edgeStyle=orthogonalEdgeStyle;rounded=0;orthogonalLoop=1;jettySize=auto;html=1;exitX=0;exitY=0.5;exitDx=0;exitDy=0;entryX=1;entryY=0.5;entryDx=0;entryDy=0;" target="9kSy1MCf90ZuvKtcXz_z-42">
          <mxGeometry relative="1" as="geometry" />
        </mxCell>
        <mxCell id="9kSy1MCf90ZuvKtcXz_z-47" edge="1" parent="WIyWlLk6GJQsqaUBKTNV-1" source="9kSy1MCf90ZuvKtcXz_z-17" style="edgeStyle=orthogonalEdgeStyle;rounded=0;orthogonalLoop=1;jettySize=auto;html=1;exitX=0;exitY=0.5;exitDx=0;exitDy=0;" target="9kSy1MCf90ZuvKtcXz_z-42">
          <mxGeometry relative="1" as="geometry" />
        </mxCell>
        <mxCell id="9kSy1MCf90ZuvKtcXz_z-48" parent="WIyWlLk6GJQsqaUBKTNV-1" style="text;html=1;whiteSpace=wrap;strokeColor=none;fillColor=none;align=center;verticalAlign=middle;rounded=0;fontSize=30;" value="📦" vertex="1">
          <mxGeometry height="40" width="40" x="-100" y="180" as="geometry" />
        </mxCell>
        <mxCell id="9kSy1MCf90ZuvKtcXz_z-49" parent="WIyWlLk6GJQsqaUBKTNV-1" style="text;html=1;whiteSpace=wrap;strokeColor=none;fillColor=none;align=center;verticalAlign=middle;rounded=0;fontSize=30;" value="📦" vertex="1">
          <mxGeometry height="40" width="40" x="-100" y="20" as="geometry" />
        </mxCell>
        <mxCell id="KJ-KwieZcmjA-HbrrtZJ-64" parent="WIyWlLk6GJQsqaUBKTNV-1" style="text;html=1;whiteSpace=wrap;strokeColor=none;fillColor=none;align=center;verticalAlign=middle;rounded=0;fontSize=30;" value="🧪" vertex="1">
          <mxGeometry height="40" width="40" x="-340" y="60" as="geometry" />
        </mxCell>
        <mxCell id="9kSy1MCf90ZuvKtcXz_z-52" edge="1" parent="WIyWlLk6GJQsqaUBKTNV-1" source="9kSy1MCf90ZuvKtcXz_z-19" style="edgeStyle=orthogonalEdgeStyle;rounded=0;orthogonalLoop=1;jettySize=auto;html=1;exitX=1;exitY=0.5;exitDx=0;exitDy=0;dashed=1;entryX=0;entryY=0.5;entryDx=0;entryDy=0;">
          <mxGeometry relative="1" as="geometry">
            <Array as="points">
              <mxPoint x="320" y="410" />
              <mxPoint x="360" y="410" />
              <mxPoint x="360" y="385" />
            </Array>
            <mxPoint x="400" y="384.9999999999998" as="targetPoint" />
          </mxGeometry>
        </mxCell>
        <mxCell id="9kSy1MCf90ZuvKtcXz_z-53" edge="1" parent="WIyWlLk6GJQsqaUBKTNV-1" source="9kSy1MCf90ZuvKtcXz_z-19" style="edgeStyle=orthogonalEdgeStyle;rounded=0;orthogonalLoop=1;jettySize=auto;html=1;exitX=1;exitY=0.5;exitDx=0;exitDy=0;entryX=0;entryY=0.5;entryDx=0;entryDy=0;dashed=1;" target="zkfFHV4jXpPFQw0GAbJ--2">
          <mxGeometry relative="1" as="geometry">
            <Array as="points">
              <mxPoint x="320" y="410" />
              <mxPoint x="360" y="410" />
              <mxPoint x="360" y="265" />
            </Array>
          </mxGeometry>
        </mxCell>
        <mxCell id="9kSy1MCf90ZuvKtcXz_z-54" edge="1" parent="WIyWlLk6GJQsqaUBKTNV-1" source="KJ-KwieZcmjA-HbrrtZJ-3" style="edgeStyle=orthogonalEdgeStyle;rounded=0;orthogonalLoop=1;jettySize=auto;html=1;exitX=1;exitY=0.5;exitDx=0;exitDy=0;dashed=1;endArrow=none;endFill=0;">
          <mxGeometry relative="1" as="geometry">
            <Array as="points">
              <mxPoint x="320" y="250" />
              <mxPoint x="360" y="250" />
              <mxPoint x="360" y="265" />
            </Array>
            <mxPoint x="360" y="265" as="targetPoint" />
          </mxGeometry>
        </mxCell>
        <mxCell id="9kSy1MCf90ZuvKtcXz_z-56" edge="1" parent="WIyWlLk6GJQsqaUBKTNV-1" source="KJ-KwieZcmjA-HbrrtZJ-32" style="edgeStyle=orthogonalEdgeStyle;rounded=0;orthogonalLoop=1;jettySize=auto;html=1;exitX=1;exitY=0.5;exitDx=0;exitDy=0;dashed=1;" target="VM2PziwSYxVi0D9SSNG6-13">
          <mxGeometry relative="1" as="geometry">
            <Array as="points">
              <mxPoint x="-240" y="580" />
              <mxPoint x="-240" y="480" />
              <mxPoint x="480" y="480" />
            </Array>
            <mxPoint x="480" y="400" as="targetPoint" />
          </mxGeometry>
        </mxCell>
-         <mxCell id="VM2PziwSYxVi0D9SSNG6-5" parent="WIyWlLk6GJQsqaUBKTNV-1" style="swimlane;fontStyle=1;align=center;verticalAlign=top;childLayout=stackLayout;horizontal=1;startSize=26;horizontalStack=0;resizeParent=1;resizeParentMax=0;resizeLast=0;collapsible=1;marginBottom=0;whiteSpace=wrap;html=1;fillColor=#CCFFE6;" value="&lt;i style=&quot;font-weight: normal;&quot;&gt;SpinalCenterline&lt;/i&gt;" vertex="1">
-           <mxGeometry height="88" width="160" x="640" y="72" as="geometry" />
-         </mxCell>
-         <mxCell id="VM2PziwSYxVi0D9SSNG6-6" parent="VM2PziwSYxVi0D9SSNG6-5" style="text;strokeColor=none;fillColor=none;align=left;verticalAlign=top;spacingLeft=4;spacingRight=4;overflow=hidden;rotatable=0;points=[[0,0.5],[1,0.5]];portConstraint=eastwest;whiteSpace=wrap;html=1;" value="+ volume: np.ndarray&lt;div&gt;+ points: np.ndarray&lt;/div&gt;&lt;div&gt;+ metadata: Metadata&lt;/div&gt;" vertex="1">
-           <mxGeometry height="54" width="160" y="26" as="geometry" />
-         </mxCell>
-         <mxCell id="VM2PziwSYxVi0D9SSNG6-7" parent="VM2PziwSYxVi0D9SSNG6-5" style="line;strokeWidth=1;fillColor=none;align=left;verticalAlign=middle;spacingTop=-1;spacingLeft=3;spacingRight=3;rotatable=0;labelPosition=right;points=[];portConstraint=eastwest;strokeColor=inherit;" value="" vertex="1">
-           <mxGeometry height="8" width="160" y="80" as="geometry" />
+         <mxCell id="VM2PziwSYxVi0D9SSNG6-5" parent="WIyWlLk6GJQsqaUBKTNV-1" style="swimlane;fontStyle=1;align=center;verticalAlign=top;childLayout=stackLayout;horizontal=1;startSize=26;horizontalStack=0;resizeParent=1;resizeParentMax=0;resizeLast=0;collapsible=1;marginBottom=0;whiteSpace=wrap;html=1;fillColor=#FFFFCC;" value="&lt;i style=&quot;font-weight: normal;&quot;&gt;SpinalCenterline&lt;/i&gt;" vertex="1">
+           <mxGeometry height="120" width="160" x="640" y="40" as="geometry" />
+         </mxCell>
+         <mxCell id="VM2PziwSYxVi0D9SSNG6-6" parent="VM2PziwSYxVi0D9SSNG6-5" style="text;strokeColor=none;fillColor=none;align=left;verticalAlign=top;spacingLeft=4;spacingRight=4;overflow=hidden;rotatable=0;points=[[0,0.5],[1,0.5]];portConstraint=eastwest;whiteSpace=wrap;html=1;" value="+ volume: np.ndarray&lt;div&gt;+ points: np.ndarray&lt;/div&gt;&lt;div&gt;+ metadata: Metadata&lt;/div&gt;&lt;div&gt;&lt;br&gt;&lt;/div&gt;&lt;div&gt;&lt;font style=&quot;color: rgb(255, 102, 102);&quot;&gt;+ derivative: np.ndarray&lt;/font&gt;&lt;/div&gt;" vertex="1">
+           <mxGeometry height="94" width="160" y="26" as="geometry" />
        </mxCell>
        <mxCell id="VM2PziwSYxVi0D9SSNG6-11" edge="1" parent="WIyWlLk6GJQsqaUBKTNV-1" source="VM2PziwSYxVi0D9SSNG6-6" style="edgeStyle=orthogonalEdgeStyle;rounded=0;orthogonalLoop=1;jettySize=auto;html=1;exitX=0;exitY=0.5;exitDx=0;exitDy=0;entryX=1;entryY=0.5;entryDx=0;entryDy=0;" target="KJ-KwieZcmjA-HbrrtZJ-59">
          <mxGeometry relative="1" as="geometry">
            <Array as="points">
              <mxPoint x="640" y="113" />
            </Array>
          </mxGeometry>
        </mxCell>
        <mxCell id="VM2PziwSYxVi0D9SSNG6-12" parent="WIyWlLk6GJQsqaUBKTNV-1" style="text;html=1;whiteSpace=wrap;strokeColor=none;fillColor=none;align=center;verticalAlign=middle;rounded=0;fontSize=30;" value="🧪" vertex="1">
-           <mxGeometry height="40" width="40" x="780" y="50" as="geometry" />
+           <mxGeometry height="40" width="40" x="780" y="20" as="geometry" />
        </mxCell>
      </root>
    </mxGraphModel>
  </diagram>
</mxfile>
